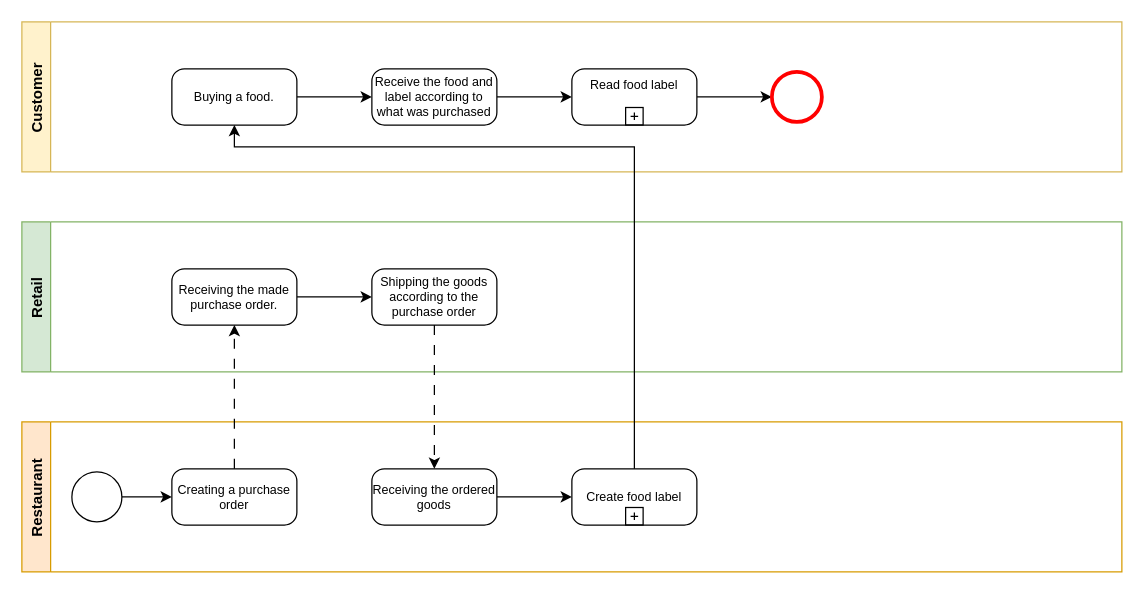
hanggaa/Diagram keeps this draw.io diagram as page "BPMN Level 1" (4 of 5) of Unique/Paper Safe Wallet.drawio. Above is the earlier version. Source tidied: cells renumbered, new cells numbered last; positions are measured from the earlier drawing's top-left corner, leaving out a move shared by most shapes. Both pictures are drawn from the tidied source at 125%, with x=0, y=0 at pixel (21, 21).
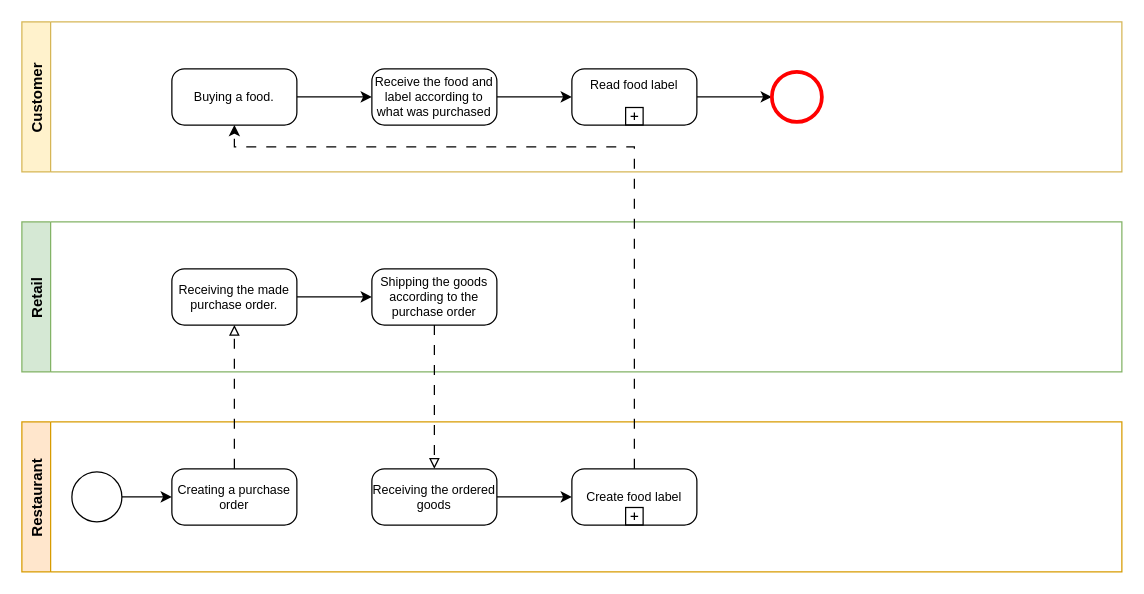
After the change.

Unchanged cells that the change refers to:
```xml
<mxCell id="4" value="Receiving the made purchase order." style="points=[[0.25,0,0],[0.5,0,0],[0.75,0,0],[1,0.25,0],[1,0.5,0],[1,0.75,0],[0.75,1,0],[0.5,1,0],[0.25,1,0],[0,0.75,0],[0,0.5,0],[0,0.25,0]];shape=mxgraph.bpmn.task;whiteSpace=wrap;rectStyle=rounded;size=10;taskMarker=abstract;fontSize=10;" parent="2" vertex="1">
  <mxGeometry x="120" y="37.5" width="100" height="45" as="geometry" />
</mxCell>
<mxCell id="5" value="Shipping the goods according to the purchase order" style="points=[[0.25,0,0],[0.5,0,0],[0.75,0,0],[1,0.25,0],[1,0.5,0],[1,0.75,0],[0.75,1,0],[0.5,1,0],[0.25,1,0],[0,0.75,0],[0,0.5,0],[0,0.25,0]];shape=mxgraph.bpmn.task;whiteSpace=wrap;rectStyle=rounded;size=10;taskMarker=abstract;fontSize=10;" parent="2" vertex="1">
  <mxGeometry x="280" y="37.5" width="100" height="45" as="geometry" />
</mxCell>
<mxCell id="7" value="Creating a purchase order" style="points=[[0.25,0,0],[0.5,0,0],[0.75,0,0],[1,0.25,0],[1,0.5,0],[1,0.75,0],[0.75,1,0],[0.5,1,0],[0.25,1,0],[0,0.75,0],[0,0.5,0],[0,0.25,0]];shape=mxgraph.bpmn.task;whiteSpace=wrap;rectStyle=rounded;size=10;taskMarker=abstract;fontSize=10;" parent="6" vertex="1">
  <mxGeometry x="120" y="37.5" width="100" height="45" as="geometry" />
</mxCell>
<mxCell id="11" value="Receiving the ordered goods" style="points=[[0.25,0,0],[0.5,0,0],[0.75,0,0],[1,0.25,0],[1,0.5,0],[1,0.75,0],[0.75,1,0],[0.5,1,0],[0.25,1,0],[0,0.75,0],[0,0.5,0],[0,0.25,0]];shape=mxgraph.bpmn.task;whiteSpace=wrap;rectStyle=rounded;size=10;taskMarker=abstract;fontSize=10;" parent="6" vertex="1">
  <mxGeometry x="280" y="37.5" width="100" height="45" as="geometry" />
</mxCell>
<mxCell id="12" value="Create food label" style="points=[[0.25,0,0],[0.5,0,0],[0.75,0,0],[1,0.25,0],[1,0.5,0],[1,0.75,0],[0.75,1,0],[0.5,1,0],[0.25,1,0],[0,0.75,0],[0,0.5,0],[0,0.25,0]];shape=mxgraph.bpmn.task;whiteSpace=wrap;rectStyle=rounded;size=10;taskMarker=abstract;isLoopSub=1;fontSize=10;" parent="6" vertex="1">
  <mxGeometry x="440" y="37.5" width="100" height="45" as="geometry" />
</mxCell>
<mxCell id="15" value="Buying a food." style="points=[[0.25,0,0],[0.5,0,0],[0.75,0,0],[1,0.25,0],[1,0.5,0],[1,0.75,0],[0.75,1,0],[0.5,1,0],[0.25,1,0],[0,0.75,0],[0,0.5,0],[0,0.25,0]];shape=mxgraph.bpmn.task;whiteSpace=wrap;rectStyle=rounded;size=10;taskMarker=abstract;fontSize=10;" parent="13" vertex="1">
  <mxGeometry x="120" y="37.5" width="100" height="45" as="geometry" />
</mxCell>
```

The edit, as a diff of the source:
```diff
@@
-    <mxCell id="21" style="edgeStyle=orthogonalEdgeStyle;rounded=0;jettySize=auto;html=1;entryX=0.5;entryY=1;entryDx=0;entryDy=0;entryPerimeter=0;dashed=1;dashPattern=8 8;" parent="1" edge="1" source="7" target="4">
+    <mxCell id="21" style="edgeStyle=orthogonalEdgeStyle;rounded=0;jettySize=auto;html=1;entryX=0.5;entryY=1;entryDx=0;entryDy=0;entryPerimeter=0;dashed=1;dashPattern=8 8;endArrow=block;endFill=0;" parent="1" edge="1" source="7" target="4">
       <mxGeometry relative="1" as="geometry" />
     </mxCell>
-    <mxCell id="22" style="edgeStyle=orthogonalEdgeStyle;rounded=0;jettySize=auto;html=1;entryX=0.5;entryY=0;entryDx=0;entryDy=0;entryPerimeter=0;dashed=1;dashPattern=8 8;" parent="1" edge="1" source="5" target="11">
+    <mxCell id="22" style="edgeStyle=orthogonalEdgeStyle;rounded=0;jettySize=auto;html=1;entryX=0.5;entryY=0;entryDx=0;entryDy=0;entryPerimeter=0;dashed=1;dashPattern=8 8;endArrow=block;endFill=0;" parent="1" edge="1" source="5" target="11">
       <mxGeometry relative="1" as="geometry" />
     </mxCell>
-    <mxCell id="23" style="edgeStyle=orthogonalEdgeStyle;rounded=0;jettySize=auto;html=1;entryX=0.5;entryY=1;entryDx=0;entryDy=0;entryPerimeter=0;" parent="1" edge="1" source="12" target="15">
+    <mxCell id="23" style="edgeStyle=orthogonalEdgeStyle;rounded=0;jettySize=auto;html=1;entryX=0.5;entryY=1;entryDx=0;entryDy=0;entryPerimeter=0;dashed=1;dashPattern=8 8;" parent="1" edge="1" source="12" target="15">
       <mxGeometry relative="1" as="geometry">
         <Array as="points">
           <mxPoint x="490" y="100" />
           <mxPoint x="170" y="100" />
         </Array>
       </mxGeometry>
     </mxCell>
```
